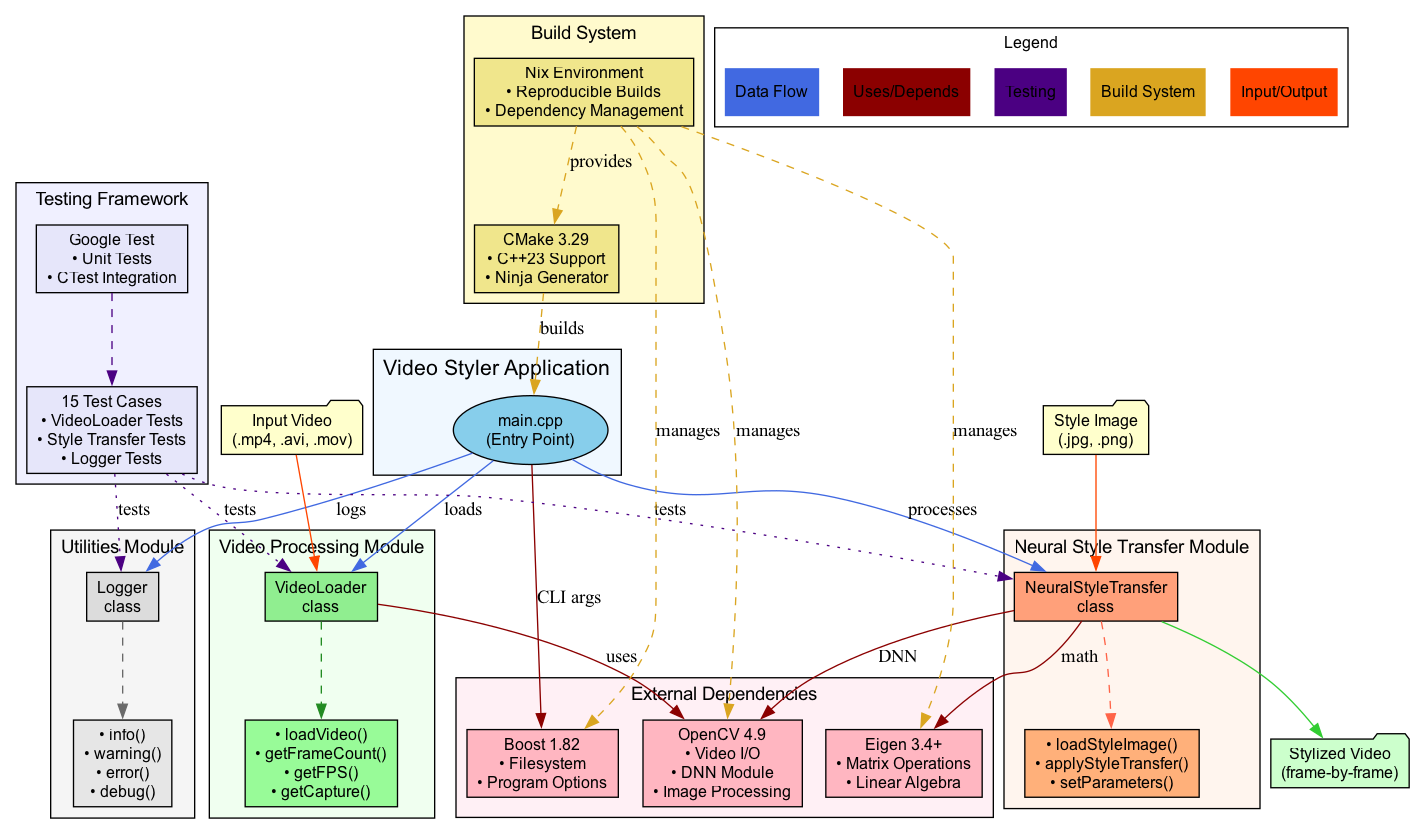
Before: docs/architecture.png, a diagram exported from Graphviz (ignacionr/video-styler). Its source is kept beside it as docs/architecture.dot.
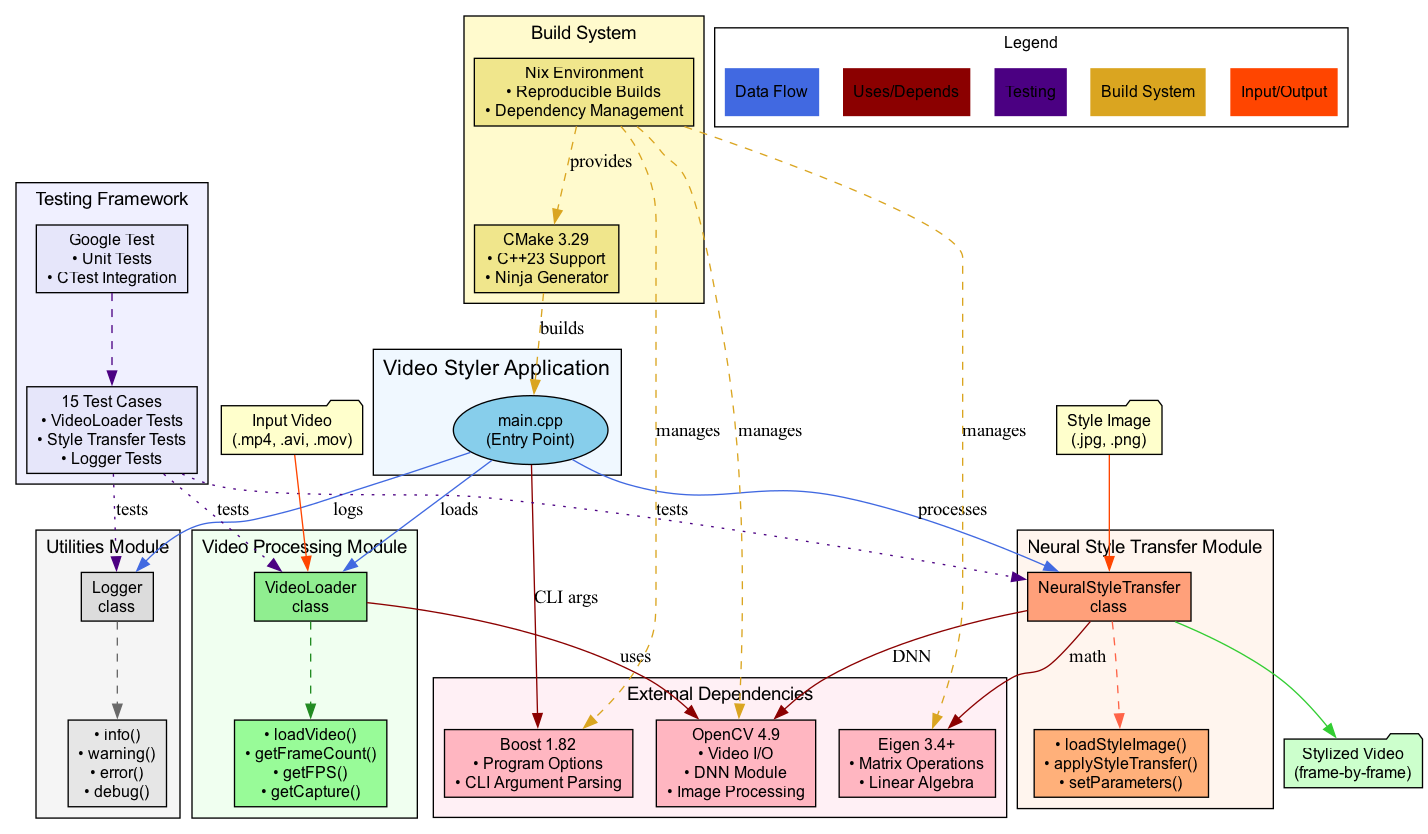
Above is the later version.

Commit message:
Refactor Boost dependencies: remove unused system and filesystem components from CMakeLists.txt and update documentation for clarity

Diff of the diagram source:
```diff
@@ -63,7 +63,7 @@
                 fillcolor="#ffb6c1"];
         Eigen [label="Eigen 3.4+\n• Matrix Operations\n• Linear Algebra",
                fillcolor="#ffb6c1"];
-        Boost [label="Boost 1.82\n• Filesystem\n• Program Options",
+        Boost [label="Boost 1.82\n• Program Options\n• CLI Argument Parsing",
                fillcolor="#ffb6c1"];
     }
 
```
